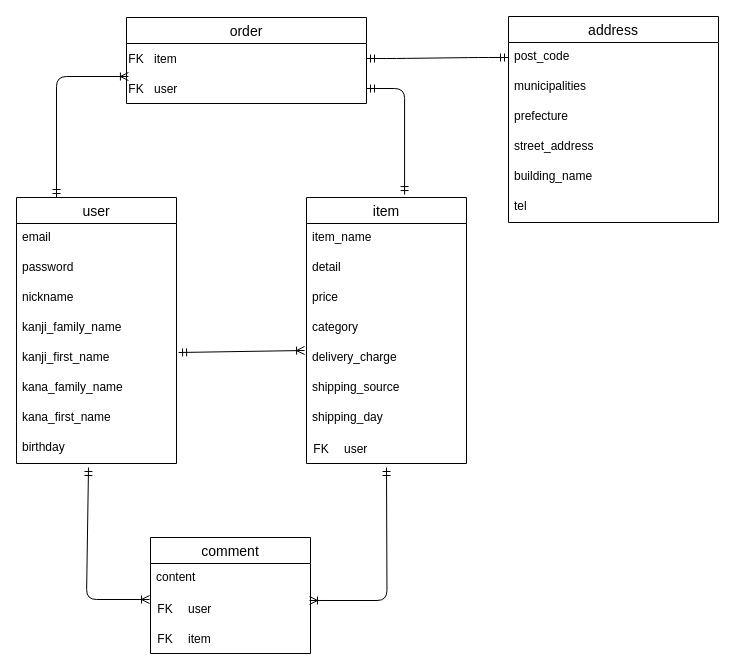
Above: furima.dio in y-uchi/furima-40353 (draw.io), before the change. Source tidied: cells renumbered, new cells numbered last; positions are measured from the earlier drawing's top-left corner, leaving out a move shared by most shapes. Both pictures are drawn from the tidied source at 100%, with x=0, y=0 at pixel (16, 16).
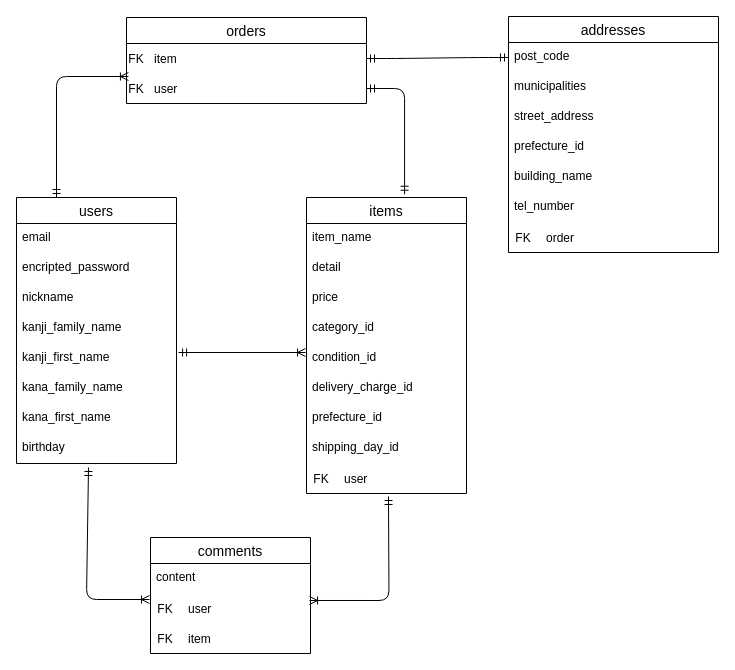
Above is the later version.

Commit message:
テーブル設計（ER図のみ修正）

Unchanged cells that the change refers to:
```xml
<mxCell id="7" value="kanji_first_name" style="text;strokeColor=none;fillColor=none;spacingLeft=4;spacingRight=4;overflow=hidden;points=[[0,0.5],[1,0.5]];portConstraint=eastwest;fontSize=12;" parent="2" vertex="1">
  <mxGeometry y="146" width="160" height="30" as="geometry" />
</mxCell>
<mxCell id="26" style="shape=tableRow;horizontal=0;startSize=0;swimlaneHead=0;swimlaneBody=0;fillColor=none;points=[[0,0.5],[1,0.5]];portConstraint=eastwest;top=0;left=0;right=0;bottom=0;" parent="25" vertex="1">
  <mxGeometry width="160" height="30" as="geometry" />
</mxCell>
```

Change to the diagram source:
```diff
@@
-    <mxCell id="2" value="user" style="swimlane;fontStyle=0;horizontal=1;startSize=26;align=center;fontSize=14;" parent="1" vertex="1">
+    <mxCell id="2" value="users" style="swimlane;fontStyle=0;horizontal=1;startSize=26;align=center;fontSize=14;" parent="1" vertex="1">
       <mxGeometry y="181" width="160" height="266" as="geometry" />
     </mxCell>
@@
-    <mxCell id="4" value="password" style="text;strokeColor=none;fillColor=none;spacingLeft=4;spacingRight=4;overflow=hidden;fontSize=12;" parent="2" vertex="1">
+    <mxCell id="4" value="encripted_password" style="text;strokeColor=none;fillColor=none;spacingLeft=4;spacingRight=4;overflow=hidden;fontSize=12;" parent="2" vertex="1">
       <mxGeometry y="56" width="160" height="30" as="geometry" />
     </mxCell>
@@
-    <mxCell id="11" value="item" style="swimlane;fontStyle=0;horizontal=1;startSize=26;align=center;fontSize=14;" parent="1" vertex="1">
-      <mxGeometry x="290" y="181" width="160" height="266" as="geometry" />
+    <mxCell id="11" value="items" style="swimlane;fontStyle=0;horizontal=1;startSize=26;align=center;fontSize=14;" parent="1" vertex="1">
+      <mxGeometry x="290" y="181" width="160" height="296" as="geometry" />
     </mxCell>
@@
-    <mxCell id="15" value="category" style="text;strokeColor=none;fillColor=none;spacingLeft=4;spacingRight=4;overflow=hidden;fontSize=12;" parent="11" vertex="1">
+    <mxCell id="15" value="category_id" style="text;strokeColor=none;fillColor=none;spacingLeft=4;spacingRight=4;overflow=hidden;fontSize=12;" parent="11" vertex="1">
       <mxGeometry y="116" width="160" height="30" as="geometry" />
     </mxCell>
+    <mxCell id="54" value="condition_id" style="text;strokeColor=none;fillColor=none;spacingLeft=4;spacingRight=4;overflow=hidden;points=[[0,0.5],[1,0.5]];portConstraint=eastwest;fontSize=12;" parent="11" vertex="1">
+      <mxGeometry y="146" width="160" height="30" as="geometry" />
+    </mxCell>
-    <mxCell id="16" value="delivery_charge" style="text;strokeColor=none;fillColor=none;spacingLeft=4;spacingRight=4;overflow=hidden;points=[[0,0.5],[1,0.5]];portConstraint=eastwest;fontSize=12;" parent="11" vertex="1">
-      <mxGeometry y="146" width="160" height="30" as="geometry" />
+    <mxCell id="16" value="delivery_charge_id" style="text;strokeColor=none;fillColor=none;spacingLeft=4;spacingRight=4;overflow=hidden;points=[[0,0.5],[1,0.5]];portConstraint=eastwest;fontSize=12;" parent="11" vertex="1">
+      <mxGeometry y="176" width="160" height="30" as="geometry" />
     </mxCell>
-    <mxCell id="17" value="shipping_source" style="text;strokeColor=none;fillColor=none;spacingLeft=4;spacingRight=4;overflow=hidden;fontSize=12;" parent="11" vertex="1">
-      <mxGeometry y="176" width="160" height="30" as="geometry" />
+    <mxCell id="17" value="prefecture_id" style="text;strokeColor=none;fillColor=none;spacingLeft=4;spacingRight=4;overflow=hidden;fontSize=12;" parent="11" vertex="1">
+      <mxGeometry y="206" width="160" height="30" as="geometry" />
     </mxCell>
-    <mxCell id="18" value="shipping_day" style="text;strokeColor=none;fillColor=none;spacingLeft=4;spacingRight=4;overflow=hidden;fontSize=12;" parent="11" vertex="1">
-      <mxGeometry y="206" width="160" height="30" as="geometry" />
+    <mxCell id="18" value="shipping_day_id" style="text;strokeColor=none;fillColor=none;spacingLeft=4;spacingRight=4;overflow=hidden;fontSize=12;" parent="11" vertex="1">
+      <mxGeometry y="236" width="160" height="30" as="geometry" />
     </mxCell>
     <mxCell id="19" style="shape=table;startSize=0;childLayout=tableLayout;rowLines=0;fontStyle=0;align=center;strokeColor=none;fillColor=none;" parent="11" vertex="1">
-      <mxGeometry y="236" width="160" height="30" as="geometry" />
+      <mxGeometry y="266" width="160" height="30" as="geometry" />
     </mxCell>
@@
-    <mxCell id="23" value="comment" style="swimlane;fontStyle=0;horizontal=1;startSize=26;align=center;fontSize=14;" parent="1" vertex="1">
+    <mxCell id="23" value="comments" style="swimlane;fontStyle=0;horizontal=1;startSize=26;align=center;fontSize=14;" parent="1" vertex="1">
       <mxGeometry x="134" y="521" width="160" height="116" as="geometry" />
     </mxCell>
@@
-    <mxCell id="33" value="order" style="swimlane;fontStyle=0;horizontal=1;startSize=26;align=center;fontSize=14;" parent="1" vertex="1">
+    <mxCell id="33" value="orders" style="swimlane;fontStyle=0;horizontal=1;startSize=26;align=center;fontSize=14;" parent="1" vertex="1">
       <mxGeometry x="110" y="1" width="240" height="86" as="geometry" />
     </mxCell>
@@
-    <mxCell id="43" style="fontSize=12;html=1;endArrow=ERoneToMany;startArrow=ERmandOne;exitX=1.013;exitY=0.3;exitDx=0;exitDy=0;exitPerimeter=0;entryX=-0.012;entryY=0.233;entryDx=0;entryDy=0;entryPerimeter=0;" parent="1" edge="1" source="7" target="16">
+    <mxCell id="43" style="fontSize=12;html=1;endArrow=ERoneToMany;startArrow=ERmandOne;exitX=1.013;exitY=0.3;exitDx=0;exitDy=0;exitPerimeter=0;entryX=-0.006;entryY=0.3;entryDx=0;entryDy=0;entryPerimeter=0;" parent="1" edge="1" source="7" target="54">
       <mxGeometry relative="1" as="geometry" />
     </mxCell>
@@
     <mxCell id="45" style="edgeStyle=orthogonalEdgeStyle;fontSize=12;html=1;endArrow=ERoneToMany;startArrow=ERmandOne;entryX=0.994;entryY=0.233;entryDx=0;entryDy=0;entryPerimeter=0;" parent="1" edge="1" target="26">
       <mxGeometry relative="1" as="geometry">
-        <mxPoint x="370" y="451" as="sourcePoint" />
+        <mxPoint x="372" y="480" as="sourcePoint" />
       </mxGeometry>
     </mxCell>
-    <mxCell id="46" value="address" style="swimlane;fontStyle=0;horizontal=1;startSize=26;align=center;fontSize=14;" parent="1" vertex="1">
-      <mxGeometry x="492" width="210" height="206" as="geometry" />
+    <mxCell id="46" value="addresses" style="swimlane;fontStyle=0;horizontal=1;startSize=26;align=center;fontSize=14;" parent="1" vertex="1">
+      <mxGeometry x="492" width="210" height="236" as="geometry" />
     </mxCell>
@@
+    <mxCell id="50" value="street_address" style="text;strokeColor=none;fillColor=none;spacingLeft=4;spacingRight=4;overflow=hidden;fontSize=12;" parent="46" vertex="1">
+      <mxGeometry y="86" width="210" height="30" as="geometry" />
+    </mxCell>
-    <mxCell id="49" value="prefecture" style="text;strokeColor=none;fillColor=none;spacingLeft=4;spacingRight=4;overflow=hidden;fontSize=12;" parent="46" vertex="1">
-      <mxGeometry y="86" width="210" height="30" as="geometry" />
+    <mxCell id="49" value="prefecture_id" style="text;strokeColor=none;fillColor=none;spacingLeft=4;spacingRight=4;overflow=hidden;fontSize=12;" parent="46" vertex="1">
+      <mxGeometry y="116" width="210" height="30" as="geometry" />
     </mxCell>
-    <mxCell id="50" value="street_address" style="text;strokeColor=none;fillColor=none;spacingLeft=4;spacingRight=4;overflow=hidden;fontSize=12;" parent="46" vertex="1">
-      <mxGeometry y="116" width="210" height="30" as="geometry" />
-    </mxCell>
@@
-    <mxCell id="52" value="tel" style="text;strokeColor=none;fillColor=none;spacingLeft=4;spacingRight=4;overflow=hidden;fontSize=12;" parent="46" vertex="1">
+    <mxCell id="52" value="tel_number" style="text;strokeColor=none;fillColor=none;spacingLeft=4;spacingRight=4;overflow=hidden;fontSize=12;" parent="46" vertex="1">
       <mxGeometry y="176" width="210" height="30" as="geometry" />
     </mxCell>
+    <mxCell id="55" style="shape=table;startSize=0;childLayout=tableLayout;rowLines=0;fontStyle=0;align=center;strokeColor=none;fillColor=none;" parent="46" vertex="1">
+      <mxGeometry y="206" width="210" height="30" as="geometry" />
+    </mxCell>
+    <mxCell id="56" style="shape=tableRow;horizontal=0;startSize=0;swimlaneHead=0;swimlaneBody=0;fillColor=none;top=0;left=0;right=0;bottom=0;" parent="55" vertex="1">
+      <mxGeometry width="210" height="30" as="geometry" />
+    </mxCell>
+    <mxCell id="57" value="FK" style="shape=partialRectangle;fillColor=none;top=0;left=0;bottom=0;right=0;fontStyle=0;overflow=hidden;" parent="56" vertex="1">
+      <mxGeometry width="30" height="30" as="geometry" />
+    </mxCell>
+    <mxCell id="58" value="order" style="shape=partialRectangle;fillColor=none;top=0;left=0;bottom=0;right=0;align=left;spacingLeft=6;fontStyle=0;overflow=hidden;" parent="56" vertex="1">
+      <mxGeometry x="30" width="180" height="30" as="geometry" />
+    </mxCell>
```
